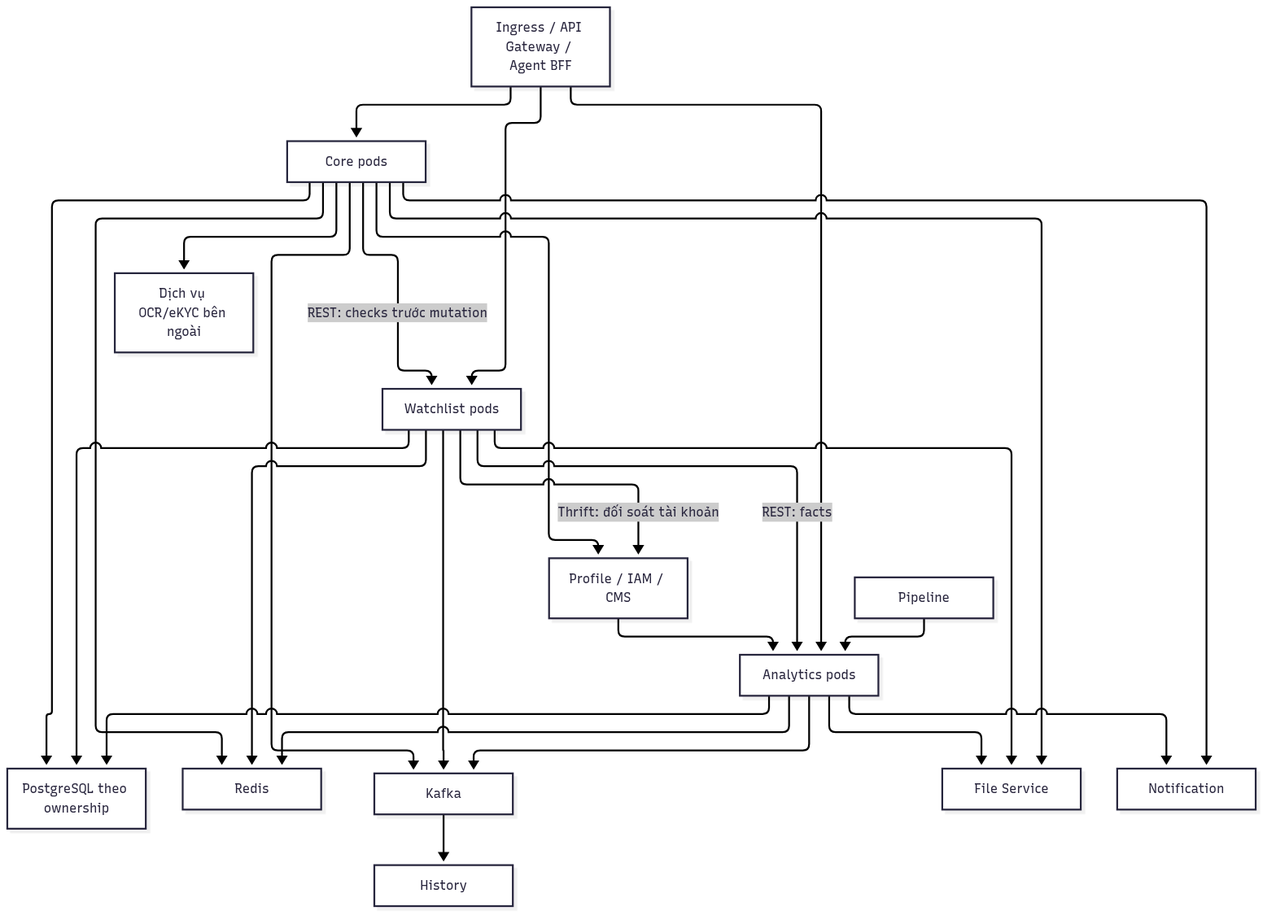
huynv-xyz/vhm-tdd keeps this Mermaid diagram as cobroker/diagrams/cobroker-12.png. Above is the earlier version. Its source is kept beside it as cobroker/diagrams/cobroker-12.mmd.
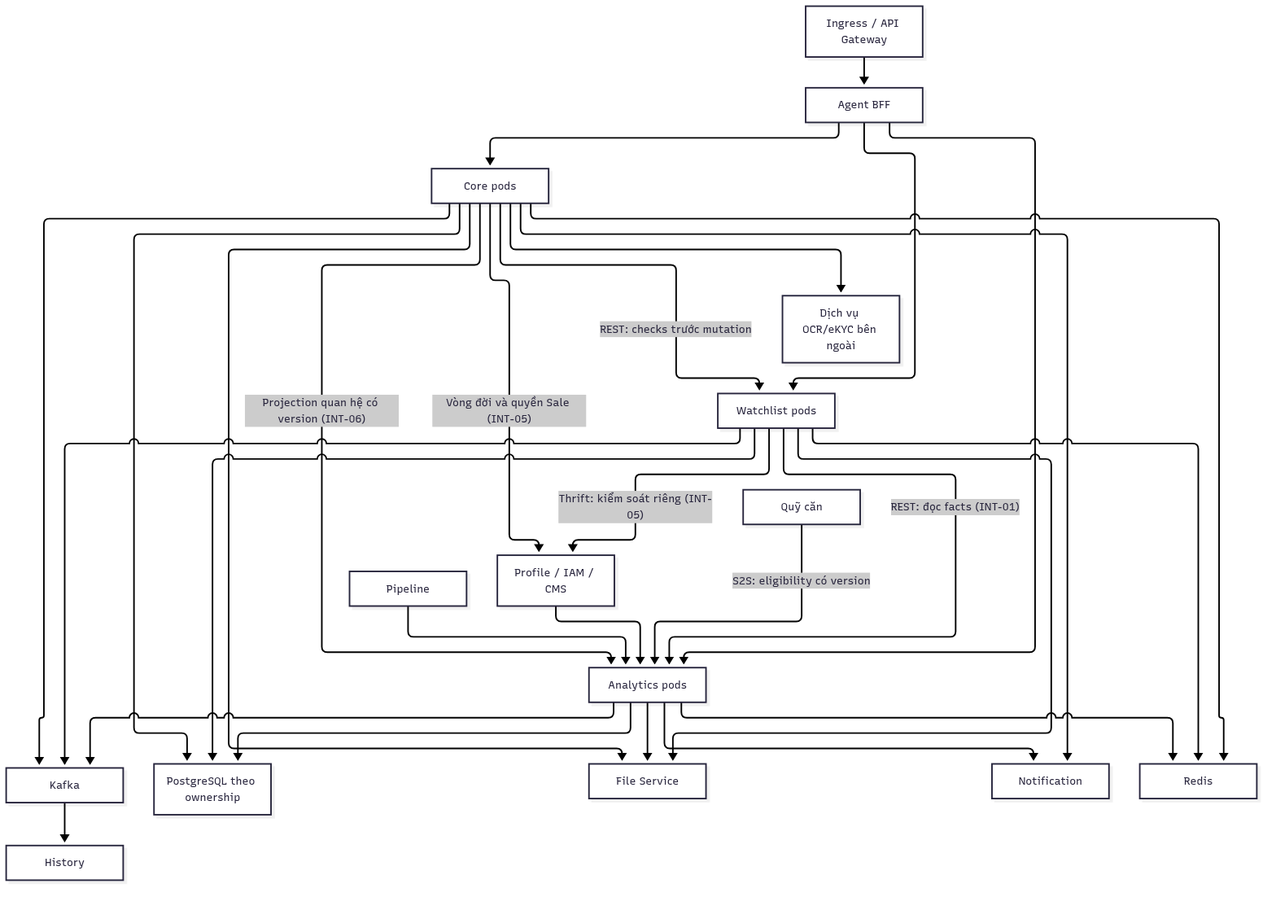
Above is the later version.

Commit message:
docs: close Cobroker architecture gaps in TTD v0.8

Diff of the diagram source:
```diff
@@ -1,7 +1,8 @@
 flowchart TB
-    G["Ingress / API Gateway / Agent BFF"] --> C["Core pods"]
-    G --> A["Analytics pods"]
-    G --> W["Watchlist pods"]
+    G["Ingress / API Gateway"] --> B["Agent BFF"]
+    B --> C["Core pods"]
+    B --> A["Analytics pods"]
+    B --> W["Watchlist pods"]
     C -->|"REST: checks trước mutation"| W
     C --> E["Dịch vụ OCR/eKYC bên ngoài"]
     C --> DB["PostgreSQL theo ownership"]
@@ -13,14 +14,16 @@
     A --> K["Kafka"]
     W --> K
     C --> K
-    C --> P["Profile / IAM / CMS"]
-    W -->|"Thrift: đối soát tài khoản"| P
+    C -->|"Vòng đời và quyền Sale (INT-05)"| P["Profile / IAM / CMS"]
+    W -->|"Thrift: kiểm soát riêng (INT-05)"| P
     P --> A
+    C -->|"Projection quan hệ có version (INT-06)"| A
     PL["Pipeline"] --> A
-    W -->|"REST: facts"| A
+    W -->|"REST: đọc facts (INT-01)"| A
     C --> F["File Service"]
     A --> F
     W --> F
     A --> N["Notification"]
     C --> N
     K --> H["History"]
+    Q["Quỹ căn"] -->|"S2S: eligibility có version"| A
```
